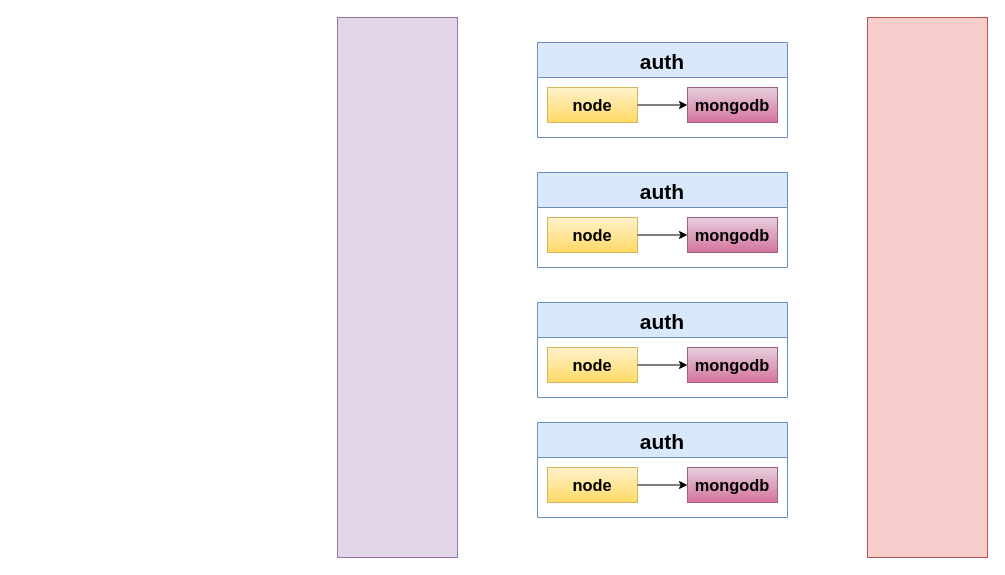
Earlier version of the draw.io diagram Untitled Diagram.drawio (abdibaker/abdibaker). Source tidied: cells renumbered, new cells numbered last; positions are measured from the earlier drawing's top-left corner, leaving out a move shared by most shapes. Both pictures are drawn from the tidied source at 100%, with x=0, y=0 at pixel (337, 17).
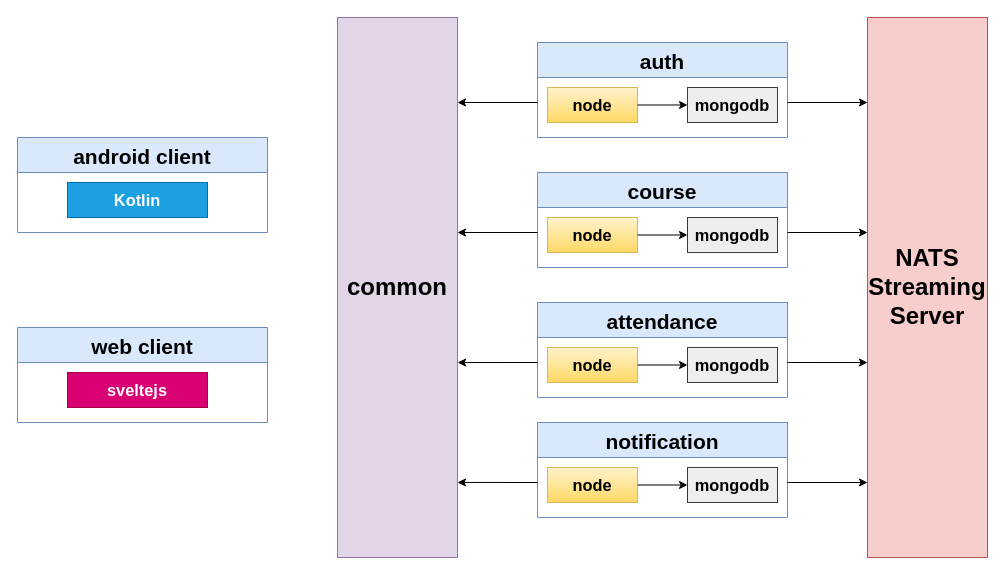
The same page after the edit.

The change refers to these unchanged cells:
```xml
<mxCell id="4" value="auth" style="swimlane;startSize=35;fontSize=21;fillColor=#dae8fc;strokeColor=#6c8ebf;" parent="1" vertex="1">
  <mxGeometry x="200" y="25" width="250" height="95" as="geometry" />
</mxCell>
```

Diff of the diagram source:
```diff
@@
-    <mxCell id="2" style="rounded=0;whiteSpace=wrap;html=1;fillColor=#e1d5e7;strokeColor=#9673a6;" parent="1" vertex="1">
+    <mxCell id="2" value="&lt;h1&gt;common&lt;/h1&gt;" style="rounded=0;whiteSpace=wrap;html=1;fillColor=#e1d5e7;strokeColor=#9673a6;" parent="1" vertex="1">
       <mxGeometry width="120" height="540" as="geometry" />
     </mxCell>
-    <mxCell id="3" style="rounded=0;whiteSpace=wrap;html=1;fillColor=#f8cecc;strokeColor=#b85450;" parent="1" vertex="1">
+    <mxCell id="3" value="&lt;h1 style=&quot;font-size: 24px&quot;&gt;NATS&lt;br&gt;Streaming Server&lt;/h1&gt;" style="rounded=0;whiteSpace=wrap;html=1;fillColor=#f8cecc;strokeColor=#b85450;" parent="1" vertex="1">
       <mxGeometry x="530" width="120" height="540" as="geometry" />
     </mxCell>
@@
-    <mxCell id="7" value="&lt;h3&gt;mongodb&lt;/h3&gt;" style="rounded=0;whiteSpace=wrap;html=1;fontSize=14;fillColor=#e6d0de;gradientColor=#d5739d;strokeColor=#996185;" parent="4" vertex="1">
+    <mxCell id="7" value="&lt;h3&gt;mongodb&lt;/h3&gt;" style="rounded=0;whiteSpace=wrap;html=1;fontSize=14;fillColor=#eeeeee;strokeColor=#36393d;" parent="4" vertex="1">
       <mxGeometry x="150" y="45" width="90" height="35" as="geometry" />
     </mxCell>
-    <mxCell id="8" value="auth" style="swimlane;startSize=35;fontSize=21;fillColor=#dae8fc;strokeColor=#6c8ebf;" parent="1" vertex="1">
+    <mxCell id="8" value="course" style="swimlane;startSize=35;fontSize=21;fillColor=#dae8fc;strokeColor=#6c8ebf;" parent="1" vertex="1">
       <mxGeometry x="200" y="155" width="250" height="95" as="geometry" />
     </mxCell>
@@
-    <mxCell id="11" value="&lt;h3&gt;mongodb&lt;/h3&gt;" style="rounded=0;whiteSpace=wrap;html=1;fontSize=14;fillColor=#e6d0de;gradientColor=#d5739d;strokeColor=#996185;" parent="8" vertex="1">
+    <mxCell id="11" value="&lt;h3&gt;mongodb&lt;/h3&gt;" style="rounded=0;whiteSpace=wrap;html=1;fontSize=14;fillColor=#eeeeee;strokeColor=#36393d;" parent="8" vertex="1">
       <mxGeometry x="150" y="45" width="90" height="35" as="geometry" />
     </mxCell>
-    <mxCell id="12" value="auth" style="swimlane;startSize=35;fontSize=21;fillColor=#dae8fc;strokeColor=#6c8ebf;" parent="1" vertex="1">
+    <mxCell id="12" value="attendance" style="swimlane;startSize=35;fontSize=21;fillColor=#dae8fc;strokeColor=#6c8ebf;" parent="1" vertex="1">
       <mxGeometry x="200" y="285" width="250" height="95" as="geometry" />
     </mxCell>
@@
-    <mxCell id="15" value="&lt;h3&gt;mongodb&lt;/h3&gt;" style="rounded=0;whiteSpace=wrap;html=1;fontSize=14;fillColor=#e6d0de;gradientColor=#d5739d;strokeColor=#996185;" parent="12" vertex="1">
+    <mxCell id="15" value="&lt;h3&gt;mongodb&lt;/h3&gt;" style="rounded=0;whiteSpace=wrap;html=1;fontSize=14;fillColor=#eeeeee;strokeColor=#36393d;" parent="12" vertex="1">
       <mxGeometry x="150" y="45" width="90" height="35" as="geometry" />
     </mxCell>
-    <mxCell id="16" value="auth" style="swimlane;startSize=35;fontSize=21;fillColor=#dae8fc;strokeColor=#6c8ebf;" parent="1" vertex="1">
+    <mxCell id="16" value="notification" style="swimlane;startSize=35;fontSize=21;fillColor=#dae8fc;strokeColor=#6c8ebf;" parent="1" vertex="1">
       <mxGeometry x="200" y="405" width="250" height="95" as="geometry" />
     </mxCell>
@@
-    <mxCell id="19" value="&lt;h3&gt;mongodb&lt;/h3&gt;" style="rounded=0;whiteSpace=wrap;html=1;fontSize=14;fillColor=#e6d0de;gradientColor=#d5739d;strokeColor=#996185;" parent="16" vertex="1">
+    <mxCell id="19" value="&lt;h3&gt;mongodb&lt;/h3&gt;" style="rounded=0;whiteSpace=wrap;html=1;fontSize=14;fillColor=#eeeeee;strokeColor=#36393d;gradientColor=none;" parent="16" vertex="1">
       <mxGeometry x="150" y="45" width="90" height="35" as="geometry" />
     </mxCell>
+    <mxCell id="20" style="endArrow=classic;html=1;rounded=0;fontSize=21;jumpSize=6;" parent="1" edge="1">
+      <mxGeometry relative="1" as="geometry">
+        <mxPoint x="450" y="85" as="sourcePoint" />
+        <mxPoint x="530" y="85" as="targetPoint" />
+      </mxGeometry>
+    </mxCell>
+    <mxCell id="21" style="endArrow=classic;html=1;rounded=0;fontSize=21;jumpSize=6;" parent="1" edge="1">
+      <mxGeometry relative="1" as="geometry">
+        <mxPoint x="450" y="215" as="sourcePoint" />
+        <mxPoint x="530" y="215" as="targetPoint" />
+      </mxGeometry>
+    </mxCell>
+    <mxCell id="22" style="endArrow=classic;html=1;rounded=0;fontSize=21;jumpSize=6;entryX=0;entryY=0.639;entryDx=0;entryDy=0;entryPerimeter=0;" parent="1" edge="1" target="3">
+      <mxGeometry relative="1" as="geometry">
+        <mxPoint x="450" y="345" as="sourcePoint" />
+      </mxGeometry>
+    </mxCell>
+    <mxCell id="23" style="endArrow=classic;html=1;rounded=0;fontSize=21;jumpSize=6;" parent="1" edge="1">
+      <mxGeometry relative="1" as="geometry">
+        <mxPoint x="450" y="465" as="sourcePoint" />
+        <mxPoint x="530" y="465" as="targetPoint" />
+      </mxGeometry>
+    </mxCell>
+    <mxCell id="24" style="endArrow=classic;html=1;rounded=0;fontSize=21;jumpSize=6;" parent="1" edge="1">
+      <mxGeometry relative="1" as="geometry">
+        <mxPoint x="200" y="85" as="sourcePoint" />
+        <mxPoint x="120" y="85" as="targetPoint" />
+      </mxGeometry>
+    </mxCell>
+    <mxCell id="25" style="endArrow=classic;html=1;rounded=0;fontSize=21;jumpSize=6;entryX=1;entryY=0.861;entryDx=0;entryDy=0;entryPerimeter=0;" parent="1" edge="1" target="2">
+      <mxGeometry relative="1" as="geometry">
+        <mxPoint x="200" y="465" as="sourcePoint" />
+      </mxGeometry>
+    </mxCell>
+    <mxCell id="26" style="endArrow=classic;html=1;rounded=0;fontSize=21;jumpSize=6;" parent="1" edge="1">
+      <mxGeometry relative="1" as="geometry">
+        <mxPoint x="200" y="215" as="sourcePoint" />
+        <mxPoint x="120" y="215" as="targetPoint" />
+      </mxGeometry>
+    </mxCell>
+    <mxCell id="27" style="endArrow=classic;html=1;rounded=0;fontSize=21;jumpSize=6;entryX=1.001;entryY=0.639;entryDx=0;entryDy=0;entryPerimeter=0;" parent="1" edge="1" target="2">
+      <mxGeometry relative="1" as="geometry">
+        <mxPoint x="200" y="345" as="sourcePoint" />
+      </mxGeometry>
+    </mxCell>
+    <mxCell id="28" value="web client" style="swimlane;startSize=35;fontSize=21;fillColor=#dae8fc;strokeColor=#6c8ebf;" parent="1" vertex="1">
+      <mxGeometry x="-320" y="310" width="250" height="95" as="geometry" />
+    </mxCell>
+    <mxCell id="29" value="&lt;h3&gt;sveltejs&lt;/h3&gt;" style="rounded=0;whiteSpace=wrap;html=1;fontSize=14;fillColor=#d80073;strokeColor=#A50040;fontColor=#ffffff;" parent="28" vertex="1">
+      <mxGeometry x="50" y="45" width="140" height="35" as="geometry" />
+    </mxCell>
+    <mxCell id="30" value="android client" style="swimlane;startSize=35;fontSize=21;fillColor=#dae8fc;strokeColor=#6c8ebf;" parent="1" vertex="1">
+      <mxGeometry x="-320" y="120" width="250" height="95" as="geometry" />
+    </mxCell>
+    <mxCell id="31" value="&lt;h3&gt;Kotlin&lt;/h3&gt;" style="rounded=0;whiteSpace=wrap;html=1;fontSize=14;fillColor=#1ba1e2;strokeColor=#006EAF;fontColor=#ffffff;" parent="30" vertex="1">
+      <mxGeometry x="50" y="45" width="140" height="35" as="geometry" />
+    </mxCell>
```
